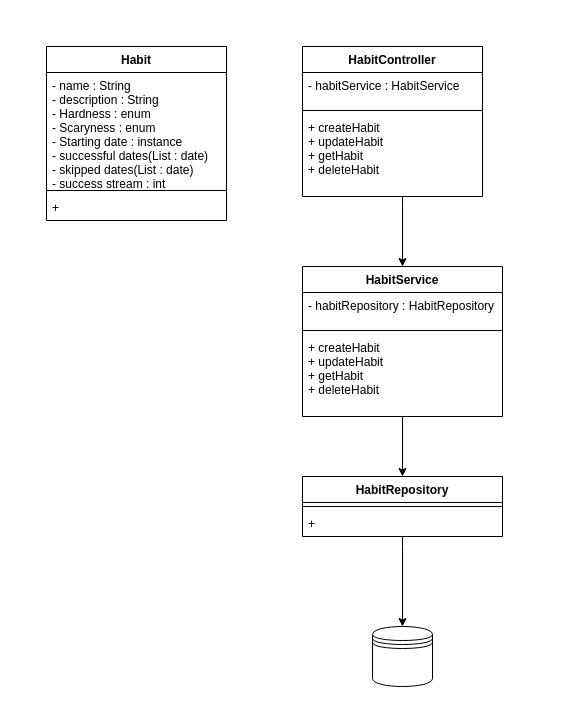
FedosovMax/diagrams keeps this draw.io diagram as HabitTracker.drawio. Above is the earlier version. Source tidied: cells renumbered, new cells numbered last; positions are measured from the earlier drawing's top-left corner, leaving out a move shared by most shapes. Both pictures are drawn from the tidied source at 100%, with x=0, y=0 at pixel (46, 46).
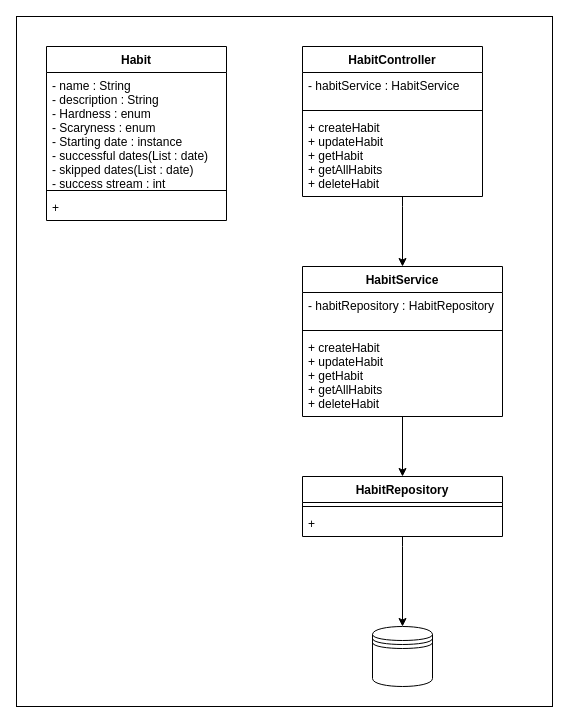
After the change.

Unchanged cells that the change refers to:
```xml
<mxCell id="6" value="HabitController" style="swimlane;fontStyle=1;align=center;verticalAlign=top;horizontal=1;startSize=26;fillColor=none;" parent="1" vertex="1">
  <mxGeometry x="256" width="180" height="150" as="geometry" />
</mxCell>
<mxCell id="10" value="HabitService" style="swimlane;fontStyle=1;align=center;verticalAlign=top;horizontal=1;startSize=26;fillColor=none;" parent="1" vertex="1">
  <mxGeometry x="256" y="220" width="200" height="150" as="geometry" />
</mxCell>
```

What changed in the source:
```diff
@@
+    <mxCell id="21" style="rounded=0;whiteSpace=wrap;html=1;" parent="1" vertex="1">
+      <mxGeometry x="-30" y="-30" width="536" height="690" as="geometry" />
+    </mxCell>
@@
-    <mxCell id="9" value="+ createHabit&#10;+ updateHabit&#10;+ getHabit&#10;+ deleteHabit" style="text;strokeColor=none;fillColor=none;align=left;verticalAlign=top;spacingLeft=4;spacingRight=4;overflow=hidden;points=[[0,0.5],[1,0.5]];portConstraint=eastwest;" parent="6" vertex="1">
+    <mxCell id="9" value="+ createHabit&#10;+ updateHabit&#10;+ getHabit&#10;+ getAllHabits&#10;+ deleteHabit" style="text;strokeColor=none;fillColor=none;align=left;verticalAlign=top;spacingLeft=4;spacingRight=4;overflow=hidden;points=[[0,0.5],[1,0.5]];portConstraint=eastwest;" parent="6" vertex="1">
       <mxGeometry y="68" width="180" height="82" as="geometry" />
     </mxCell>
@@
-    <mxCell id="13" value="+ createHabit&#10;+ updateHabit&#10;+ getHabit&#10;+ deleteHabit" style="text;strokeColor=none;fillColor=none;align=left;verticalAlign=top;spacingLeft=4;spacingRight=4;overflow=hidden;points=[[0,0.5],[1,0.5]];portConstraint=eastwest;" parent="10" vertex="1">
+    <mxCell id="13" value="+ createHabit&#10;+ updateHabit&#10;+ getHabit&#10;+ getAllHabits&#10;+ deleteHabit" style="text;strokeColor=none;fillColor=none;align=left;verticalAlign=top;spacingLeft=4;spacingRight=4;overflow=hidden;points=[[0,0.5],[1,0.5]];portConstraint=eastwest;" parent="10" vertex="1">
       <mxGeometry y="68" width="200" height="82" as="geometry" />
     </mxCell>
```
